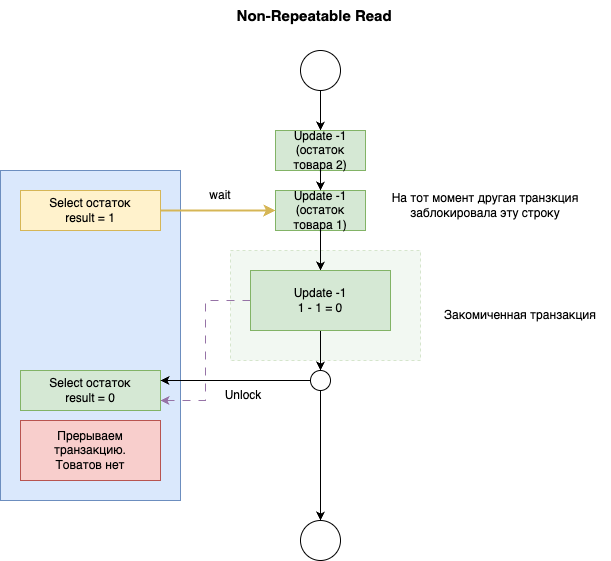
This is webinars/29-databases-3/img/repeatable_read_market_2.png from OtusGolang/webinars_basic, a draw.io export, as it was before one commit. Source tidied: cells renumbered, new cells last; positions are measured from the earlier drawing's top-left corner, leaving out a move shared by most shapes. The source it was exported from:
```xml
<mxGraphModel>
  <root>
    <mxCell id="0" />
    <mxCell id="1" parent="0" />
    <mxCell id="2" style="rounded=0;whiteSpace=wrap;html=1;dashed=1;fillColor=#d5e8d4;strokeColor=#82b366;opacity=30;" parent="1" vertex="1">
      <mxGeometry x="230" y="250" width="190" height="110" as="geometry" />
    </mxCell>
    <mxCell id="3" style="rounded=0;whiteSpace=wrap;html=1;fillColor=#dae8fc;strokeColor=#6c8ebf;" parent="1" vertex="1">
      <mxGeometry y="170" width="180" height="330" as="geometry" />
    </mxCell>
    <mxCell id="4" style="edgeStyle=orthogonalEdgeStyle;rounded=0;jettySize=auto;html=1;exitX=0.5;exitY=1;exitDx=0;exitDy=0;entryX=0.5;entryY=0;entryDx=0;entryDy=0;" parent="1" edge="1" source="5" target="16">
      <mxGeometry relative="1" as="geometry" />
    </mxCell>
    <mxCell id="5" style="ellipse;whiteSpace=wrap;html=1;" parent="1" vertex="1">
      <mxGeometry x="300" y="50" width="40" height="40" as="geometry" />
    </mxCell>
    <mxCell id="6" style="edgeStyle=orthogonalEdgeStyle;rounded=0;jettySize=auto;html=1;exitX=0.5;exitY=1;exitDx=0;exitDy=0;entryX=0.5;entryY=0;entryDx=0;entryDy=0;" parent="1" edge="1" source="7" target="10">
      <mxGeometry relative="1" as="geometry" />
    </mxCell>
    <mxCell id="7" value="Update -1 (остаток товара 1)" style="rounded=0;whiteSpace=wrap;html=1;fillColor=#d5e8d4;strokeColor=#82b366;" parent="1" vertex="1">
      <mxGeometry x="275" y="190" width="90" height="40" as="geometry" />
    </mxCell>
    <mxCell id="8" style="edgeStyle=orthogonalEdgeStyle;rounded=0;jettySize=auto;html=1;exitX=0.5;exitY=1;exitDx=0;exitDy=0;entryX=0.5;entryY=0;entryDx=0;entryDy=0;" parent="1" edge="1" source="10" target="23">
      <mxGeometry relative="1" as="geometry" />
    </mxCell>
    <mxCell id="9" style="edgeStyle=orthogonalEdgeStyle;rounded=0;jettySize=auto;html=1;exitX=0;exitY=0.5;exitDx=0;exitDy=0;entryX=1;entryY=0.75;entryDx=0;entryDy=0;dashed=1;dashPattern=8 8;fillColor=#e1d5e7;strokeColor=#9673a6;" parent="1" edge="1" source="10" target="19">
      <mxGeometry relative="1" as="geometry" />
    </mxCell>
    <mxCell id="10" value="Update -1&lt;br&gt;1 - 1 = 0" style="rounded=0;whiteSpace=wrap;html=1;fillColor=#d5e8d4;strokeColor=#82b366;" parent="1" vertex="1">
      <mxGeometry x="250" y="270" width="140" height="60" as="geometry" />
    </mxCell>
    <mxCell id="11" style="ellipse;whiteSpace=wrap;html=1;" parent="1" vertex="1">
      <mxGeometry x="300" y="520" width="40" height="40" as="geometry" />
    </mxCell>
    <mxCell id="12" style="edgeStyle=orthogonalEdgeStyle;rounded=0;jettySize=auto;html=1;exitX=1;exitY=0.5;exitDx=0;exitDy=0;entryX=0;entryY=0.5;entryDx=0;entryDy=0;strokeWidth=2;fillColor=#fff2cc;strokeColor=#d6b656;" parent="1" edge="1" source="13" target="7">
      <mxGeometry relative="1" as="geometry" />
    </mxCell>
    <mxCell id="13" value="Select остаток&lt;br&gt;result = 1" style="rounded=0;whiteSpace=wrap;html=1;fillColor=#fff2cc;strokeColor=#d6b656;" parent="1" vertex="1">
      <mxGeometry x="20" y="190" width="140" height="40" as="geometry" />
    </mxCell>
    <mxCell id="14" value="Прерываем транзакцию.&lt;br&gt;Товатов нет" style="rounded=0;whiteSpace=wrap;html=1;fillColor=#f8cecc;strokeColor=#b85450;" parent="1" vertex="1">
      <mxGeometry x="20" y="420" width="140" height="60" as="geometry" />
    </mxCell>
    <mxCell id="15" style="edgeStyle=orthogonalEdgeStyle;rounded=0;jettySize=auto;html=1;exitX=0.5;exitY=1;exitDx=0;exitDy=0;entryX=0.5;entryY=0;entryDx=0;entryDy=0;" parent="1" edge="1" source="16" target="7">
      <mxGeometry relative="1" as="geometry" />
    </mxCell>
    <mxCell id="16" value="Update -1 (остаток товара 2)" style="rounded=0;whiteSpace=wrap;html=1;fillColor=#d5e8d4;strokeColor=#82b366;" parent="1" vertex="1">
      <mxGeometry x="275" y="130" width="90" height="40" as="geometry" />
    </mxCell>
    <mxCell id="17" value="&amp;nbsp;Non-Repeatable Read" style="text;html=1;strokeColor=none;fillColor=none;align=center;verticalAlign=middle;whiteSpace=wrap;rounded=0;fontSize=15;fontStyle=1;" parent="1" vertex="1">
      <mxGeometry x="212.5" width="197.5" height="30" as="geometry" />
    </mxCell>
    <mxCell id="18" value="wait" style="text;html=1;strokeColor=none;fillColor=none;align=center;verticalAlign=middle;whiteSpace=wrap;rounded=0;" parent="1" vertex="1">
      <mxGeometry x="190" y="180" width="60" height="30" as="geometry" />
    </mxCell>
    <mxCell id="19" value="Select остаток&lt;br&gt;result = 0" style="rounded=0;whiteSpace=wrap;html=1;fillColor=#d5e8d4;strokeColor=#82b366;" parent="1" vertex="1">
      <mxGeometry x="20" y="370" width="140" height="40" as="geometry" />
    </mxCell>
    <mxCell id="20" value="Закомиченная транзакция" style="text;html=1;strokeColor=none;fillColor=none;align=center;verticalAlign=middle;whiteSpace=wrap;rounded=0;" parent="1" vertex="1">
      <mxGeometry x="430" y="300" width="180" height="30" as="geometry" />
    </mxCell>
    <mxCell id="21" style="edgeStyle=orthogonalEdgeStyle;rounded=0;jettySize=auto;html=1;exitX=0.5;exitY=1;exitDx=0;exitDy=0;entryX=0.5;entryY=0;entryDx=0;entryDy=0;" parent="1" edge="1" source="23" target="11">
      <mxGeometry relative="1" as="geometry" />
    </mxCell>
    <mxCell id="22" style="edgeStyle=orthogonalEdgeStyle;rounded=0;jettySize=auto;html=1;exitX=0;exitY=0.5;exitDx=0;exitDy=0;entryX=1;entryY=0.25;entryDx=0;entryDy=0;" parent="1" edge="1" source="23" target="19">
      <mxGeometry relative="1" as="geometry" />
    </mxCell>
    <mxCell id="23" style="ellipse;whiteSpace=wrap;html=1;" parent="1" vertex="1">
      <mxGeometry x="310" y="370" width="20" height="20" as="geometry" />
    </mxCell>
    <mxCell id="24" value="Unlock" style="text;html=1;strokeColor=none;fillColor=none;align=center;verticalAlign=middle;whiteSpace=wrap;rounded=0;" parent="1" vertex="1">
      <mxGeometry x="212.5" y="380" width="60" height="30" as="geometry" />
    </mxCell>
    <mxCell id="25" value="На тот момент другая транзкция заблокировала эту строку" style="text;html=1;strokeColor=none;fillColor=none;align=center;verticalAlign=middle;whiteSpace=wrap;rounded=0;" parent="1" vertex="1">
      <mxGeometry x="380" y="180" width="210" height="50" as="geometry" />
    </mxCell>
  </root>
</mxGraphModel>
```
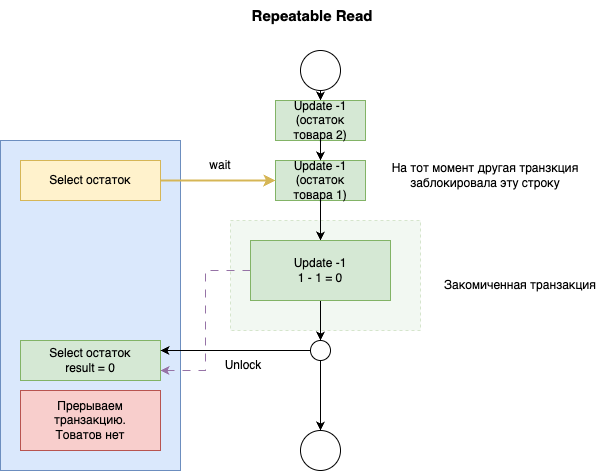
Above is the later version.

Diff of the diagram source:
```diff
@@ -12,7 +12,7 @@
       <mxGeometry relative="1" as="geometry" />
     </mxCell>
     <mxCell id="5" style="ellipse;whiteSpace=wrap;html=1;" parent="1" vertex="1">
-      <mxGeometry x="300" y="50" width="40" height="40" as="geometry" />
+      <mxGeometry x="300" y="80" width="40" height="40" as="geometry" />
     </mxCell>
     <mxCell id="6" style="edgeStyle=orthogonalEdgeStyle;rounded=0;jettySize=auto;html=1;exitX=0.5;exitY=1;exitDx=0;exitDy=0;entryX=0.5;entryY=0;entryDx=0;entryDy=0;" parent="1" edge="1" source="7" target="10">
       <mxGeometry relative="1" as="geometry" />
@@ -30,12 +30,12 @@
       <mxGeometry x="250" y="270" width="140" height="60" as="geometry" />
     </mxCell>
     <mxCell id="11" style="ellipse;whiteSpace=wrap;html=1;" parent="1" vertex="1">
-      <mxGeometry x="300" y="520" width="40" height="40" as="geometry" />
+      <mxGeometry x="300" y="460" width="40" height="40" as="geometry" />
     </mxCell>
     <mxCell id="12" style="edgeStyle=orthogonalEdgeStyle;rounded=0;jettySize=auto;html=1;exitX=1;exitY=0.5;exitDx=0;exitDy=0;entryX=0;entryY=0.5;entryDx=0;entryDy=0;strokeWidth=2;fillColor=#fff2cc;strokeColor=#d6b656;" parent="1" edge="1" source="13" target="7">
       <mxGeometry relative="1" as="geometry" />
     </mxCell>
-    <mxCell id="13" value="Select остаток&lt;br&gt;result = 1" style="rounded=0;whiteSpace=wrap;html=1;fillColor=#fff2cc;strokeColor=#d6b656;" parent="1" vertex="1">
+    <mxCell id="13" value="Select остаток" style="rounded=0;whiteSpace=wrap;html=1;fillColor=#fff2cc;strokeColor=#d6b656;" parent="1" vertex="1">
       <mxGeometry x="20" y="190" width="140" height="40" as="geometry" />
     </mxCell>
     <mxCell id="14" value="Прерываем транзакцию.&lt;br&gt;Товатов нет" style="rounded=0;whiteSpace=wrap;html=1;fillColor=#f8cecc;strokeColor=#b85450;" parent="1" vertex="1">
@@ -47,8 +47,8 @@
     <mxCell id="16" value="Update -1 (остаток товара 2)" style="rounded=0;whiteSpace=wrap;html=1;fillColor=#d5e8d4;strokeColor=#82b366;" parent="1" vertex="1">
       <mxGeometry x="275" y="130" width="90" height="40" as="geometry" />
     </mxCell>
-    <mxCell id="17" value="&amp;nbsp;Non-Repeatable Read" style="text;html=1;strokeColor=none;fillColor=none;align=center;verticalAlign=middle;whiteSpace=wrap;rounded=0;fontSize=15;fontStyle=1;" parent="1" vertex="1">
-      <mxGeometry x="212.5" width="197.5" height="30" as="geometry" />
+    <mxCell id="17" value="Repeatable Read" style="text;html=1;strokeColor=none;fillColor=none;align=center;verticalAlign=middle;whiteSpace=wrap;rounded=0;fontSize=15;fontStyle=1;" parent="1" vertex="1">
+      <mxGeometry x="212.5" y="30" width="197.5" height="30" as="geometry" />
     </mxCell>
     <mxCell id="18" value="wait" style="text;html=1;strokeColor=none;fillColor=none;align=center;verticalAlign=middle;whiteSpace=wrap;rounded=0;" parent="1" vertex="1">
       <mxGeometry x="190" y="180" width="60" height="30" as="geometry" />
```
